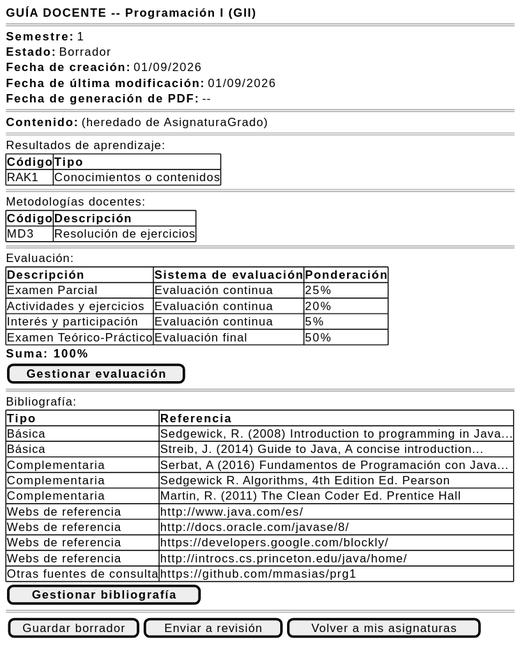
This is images/RUP/01-requisitos/03-detalle-casos-uso/abrirGuia/wireframe-profesor.svg from mmasias/pyCeldaPublico, a PlantUML export, as it was before one commit.
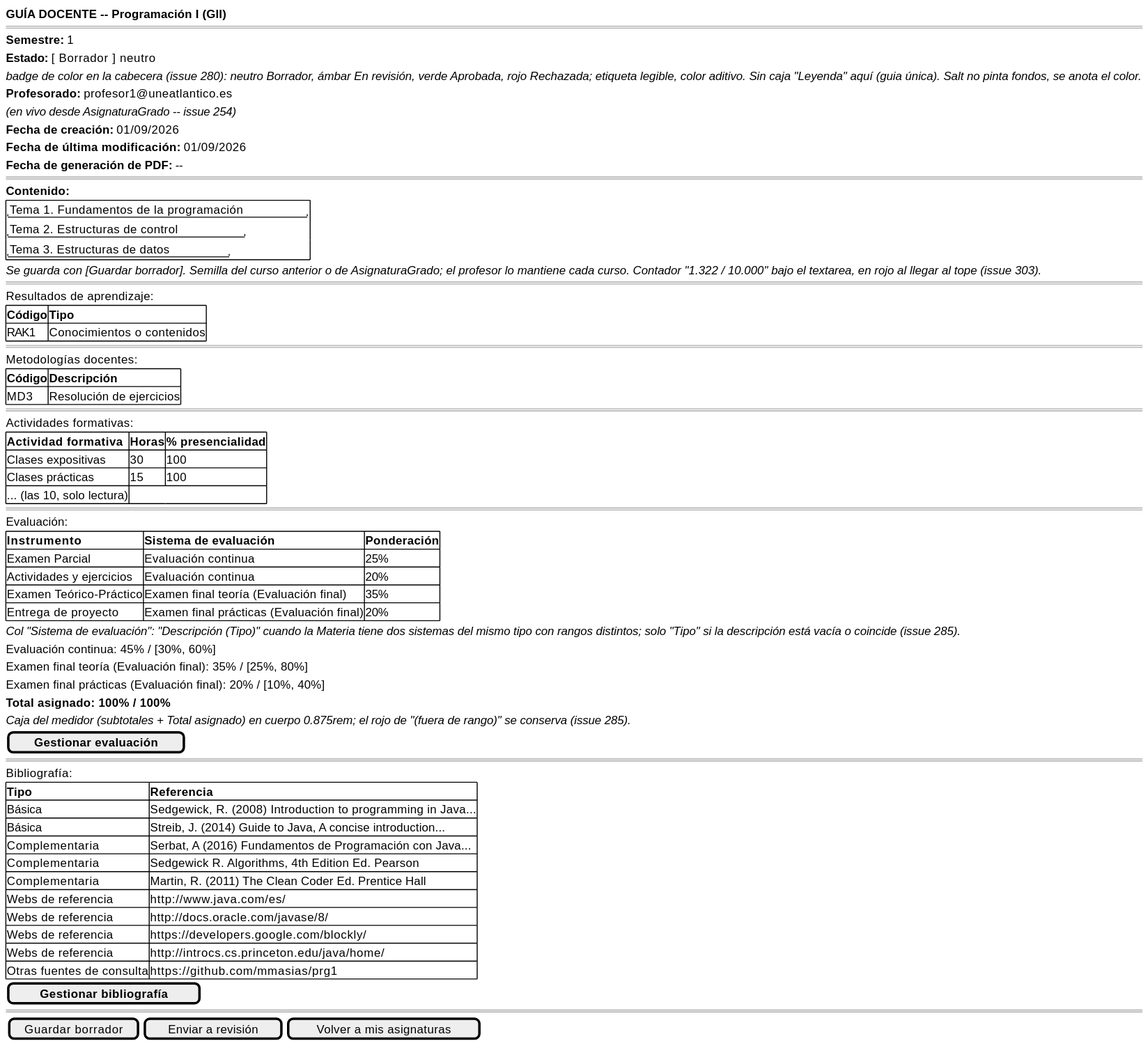
The same diagram one commit later.

Diff of the diagram source:
```diff
@@ -3,12 +3,21 @@
     <b>GUÍA DOCENTE -- Programación I (GII)</b>
     ====
     <b>Semestre:</b> 1
-    <b>Estado:</b> Borrador
+    <b>Estado:</b> [ Borrador ] neutro
+    <i>badge de color en la cabecera (issue 280): neutro Borrador, ámbar En revisión, verde Aprobada, rojo Rechazada; etiqueta legible, color aditivo. Sin caja "Leyenda" aquí (guia única). Salt no pinta fondos, se anota el color.</i>
+    <b>Profesorado:</b> profesor1@uneatlantico.es
+    <i>(en vivo desde AsignaturaGrado -- issue 254)</i>
     <b>Fecha de creación:</b> 01/09/2026
     <b>Fecha de última modificación:</b> 01/09/2026
     <b>Fecha de generación de PDF:</b> --
     ====
-    <b>Contenido:</b> (heredado de AsignaturaGrado)
+    <b>Contenido:</b>
+    {+
+        "Tema 1. Fundamentos de la programación"
+        "Tema 2. Estructuras de control"
+        "Tema 3. Estructuras de datos"
+    }
+    <i>Se guarda con [Guardar borrador]. Semilla del curso anterior o de AsignaturaGrado; el profesor lo mantiene cada curso. Contador "1.322 / 10.000" bajo el textarea, en rojo al llegar al tope (issue 303).</i>
     ====
     Resultados de aprendizaje:
     {#
@@ -22,15 +31,28 @@
         MD3 | Resolución de ejercicios
     }
     ====
+    Actividades formativas:
+    {#
+        <b>Actividad formativa | <b>Horas | <b>% presencialidad
+        Clases expositivas | 30 | 100
+        Clases prácticas | 15 | 100
+        ... (las 10, solo lectura) | |
+    }
+    ====
     Evaluación:
     {#
-        <b>Descripción | <b>Sistema de evaluación | <b>Ponderación
+        <b>Instrumento | <b>Sistema de evaluación | <b>Ponderación
         Examen Parcial | Evaluación continua | 25%
         Actividades y ejercicios | Evaluación continua | 20%
-        Interés y participación | Evaluación continua | 5%
-        Examen Teórico-Práctico | Evaluación final | 50%
+        Examen Teórico-Práctico | Examen final teoría (Evaluación final) | 35%
+        Entrega de proyecto | Examen final prácticas (Evaluación final) | 20%
     }
-    <b>Suma: 100%</b>
+    <i>Col "Sistema de evaluación": "Descripción (Tipo)" cuando la Materia tiene dos sistemas del mismo tipo con rangos distintos; solo "Tipo" si la descripción está vacía o coincide (issue 285).</i>
+    Evaluación continua: 45% / [30%, 60%]
+    Examen final teoría (Evaluación final): 35% / [25%, 80%]
+    Examen final prácticas (Evaluación final): 20% / [10%, 40%]
+    <b>Total asignado: 100% / 100%</b>
+    <i>Caja del medidor (subtotales + Total asignado) en cuerpo 0.875rem; el rojo de "(fuera de rango)" se conserva (issue 285).</i>
     [ <b>Gestionar evaluación</b> ]
     ====
     Bibliografía:
```
